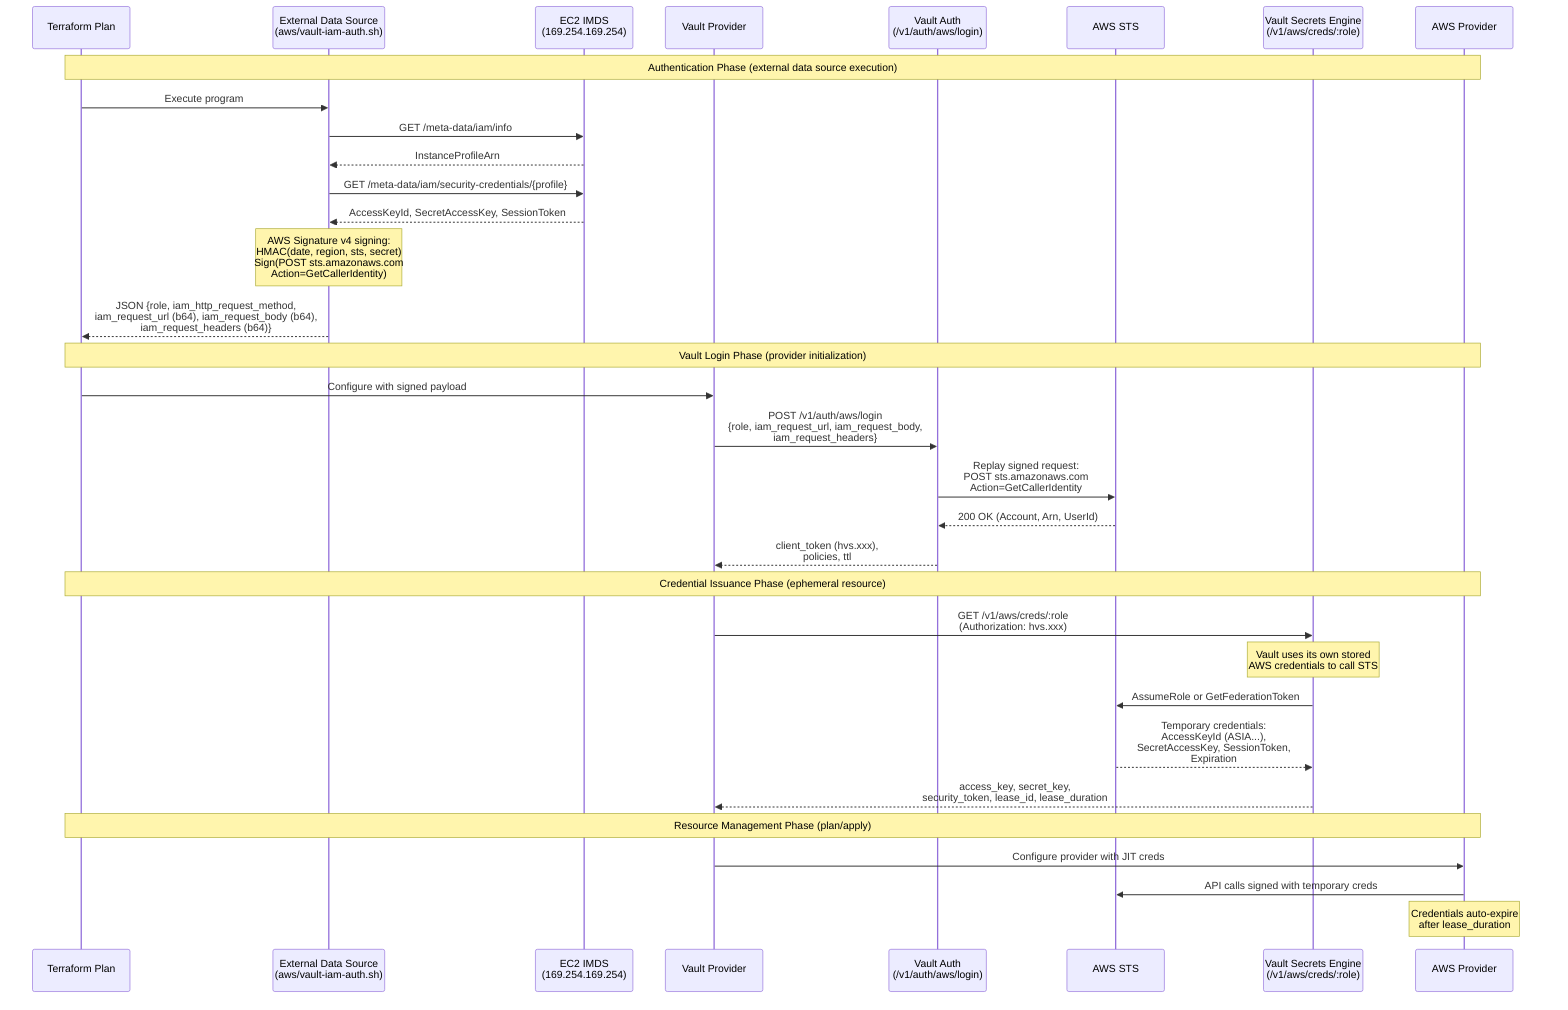
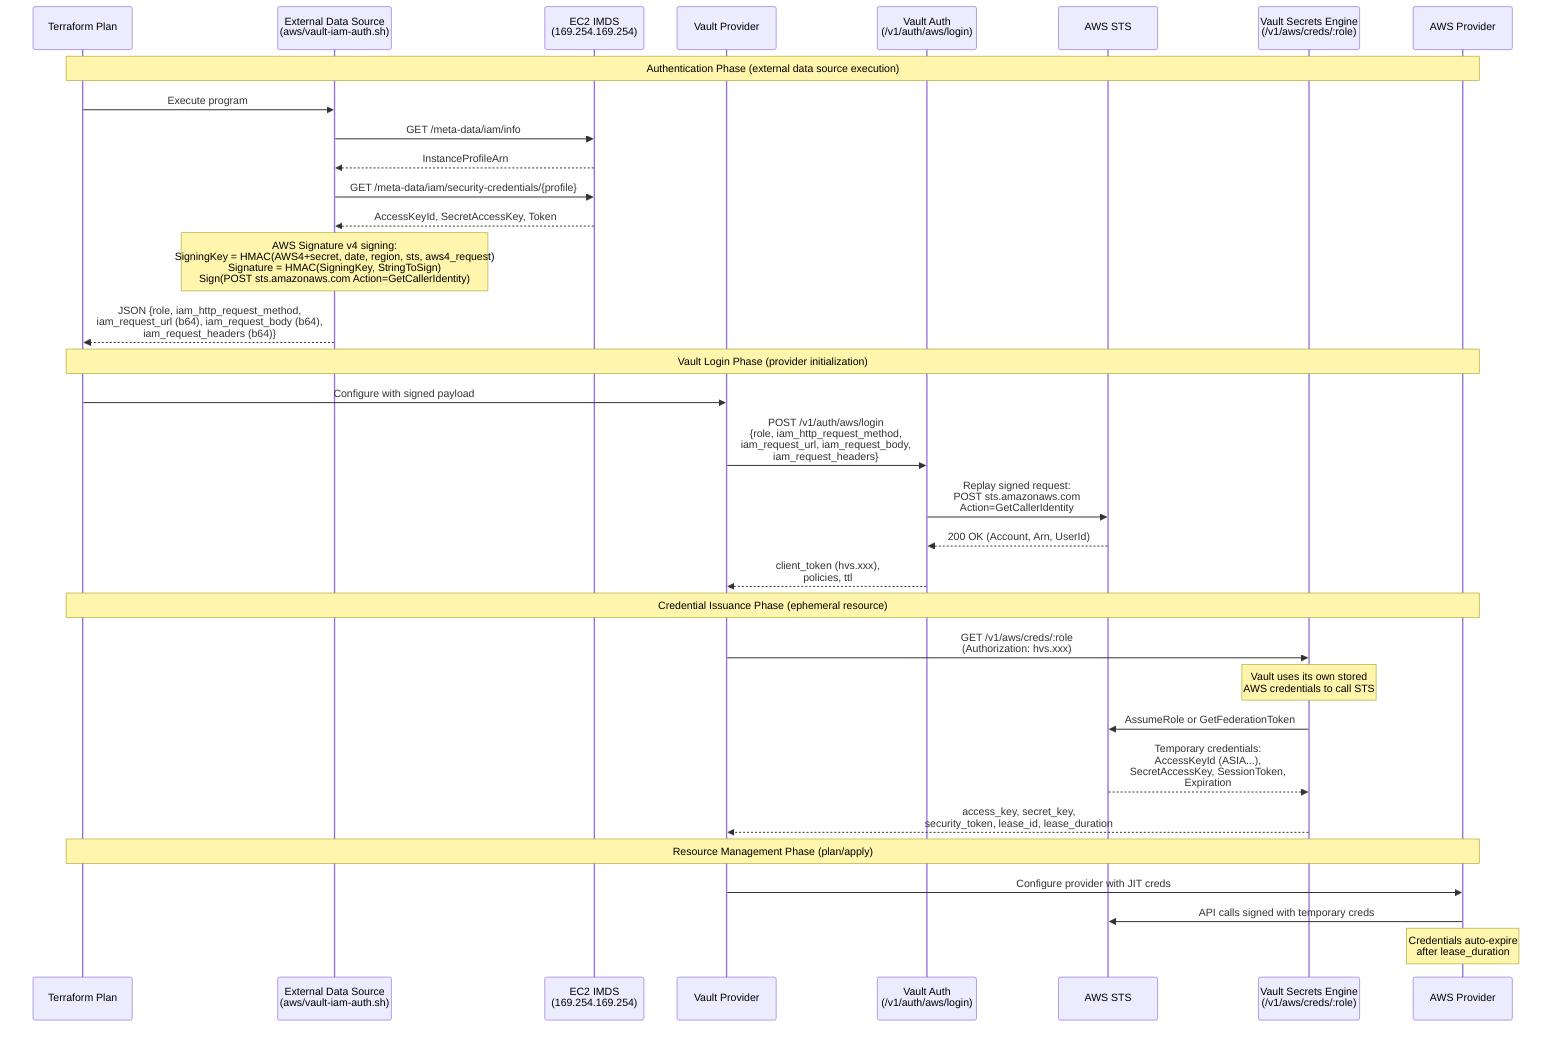
sequenceDiagram
    participant TF as Terraform Plan
    participant EXT as External Data Source<br/>(aws/vault-iam-auth.sh)
    participant IMDS as EC2 IMDS<br/>(169.254.169.254)
    participant VP as Vault Provider
    participant VAUTH as Vault Auth<br/>(/v1/auth/aws/login)
    participant STS as AWS STS
    participant VSE as Vault Secrets Engine<br/>(/v1/aws/creds/:role)
    participant AWS as AWS Provider

    Note over TF,AWS: Authentication Phase (external data source execution)
    TF->>EXT: Execute program
    EXT->>IMDS: GET /meta-data/iam/info
    IMDS-->>EXT: InstanceProfileArn
    EXT->>IMDS: GET /meta-data/iam/security-credentials/{profile}
-     IMDS-->>EXT: AccessKeyId, SecretAccessKey, SessionToken
-     Note over EXT: AWS Signature v4 signing:<br/>HMAC(date, region, sts, secret)<br/>Sign(POST sts.amazonaws.com<br/>Action=GetCallerIdentity)
+     IMDS-->>EXT: AccessKeyId, SecretAccessKey, Token
+     Note over EXT: AWS Signature v4 signing:<br/>SigningKey = HMAC(AWS4+secret, date, region, sts, aws4_request)<br/>Signature = HMAC(SigningKey, StringToSign)<br/>Sign(POST sts.amazonaws.com Action=GetCallerIdentity)
    EXT-->>TF: JSON {role, iam_http_request_method,<br/>iam_request_url (b64), iam_request_body (b64),<br/>iam_request_headers (b64)}

    Note over TF,AWS: Vault Login Phase (provider initialization)
    TF->>VP: Configure with signed payload
-     VP->>VAUTH: POST /v1/auth/aws/login<br/>{role, iam_request_url, iam_request_body,<br/>iam_request_headers}
+     VP->>VAUTH: POST /v1/auth/aws/login<br/>{role, iam_http_request_method,<br/>iam_request_url, iam_request_body,<br/>iam_request_headers}
    VAUTH->>STS: Replay signed request:<br/>POST sts.amazonaws.com<br/>Action=GetCallerIdentity
    STS-->>VAUTH: 200 OK (Account, Arn, UserId)
    VAUTH-->>VP: client_token (hvs.xxx),<br/>policies, ttl

    Note over TF,AWS: Credential Issuance Phase (ephemeral resource)
    VP->>VSE: GET /v1/aws/creds/:role<br/>(Authorization: hvs.xxx)
    Note over VSE: Vault uses its own stored<br/>AWS credentials to call STS
    VSE->>STS: AssumeRole or GetFederationToken
    STS-->>VSE: Temporary credentials:<br/>AccessKeyId (ASIA...),<br/>SecretAccessKey, SessionToken,<br/>Expiration
    VSE-->>VP: access_key, secret_key,<br/>security_token, lease_id, lease_duration

    Note over TF,AWS: Resource Management Phase (plan/apply)
    VP->>AWS: Configure provider with JIT creds
    AWS->>STS: API calls signed with temporary creds
    Note over AWS: Credentials auto-expire<br/>after lease_duration
